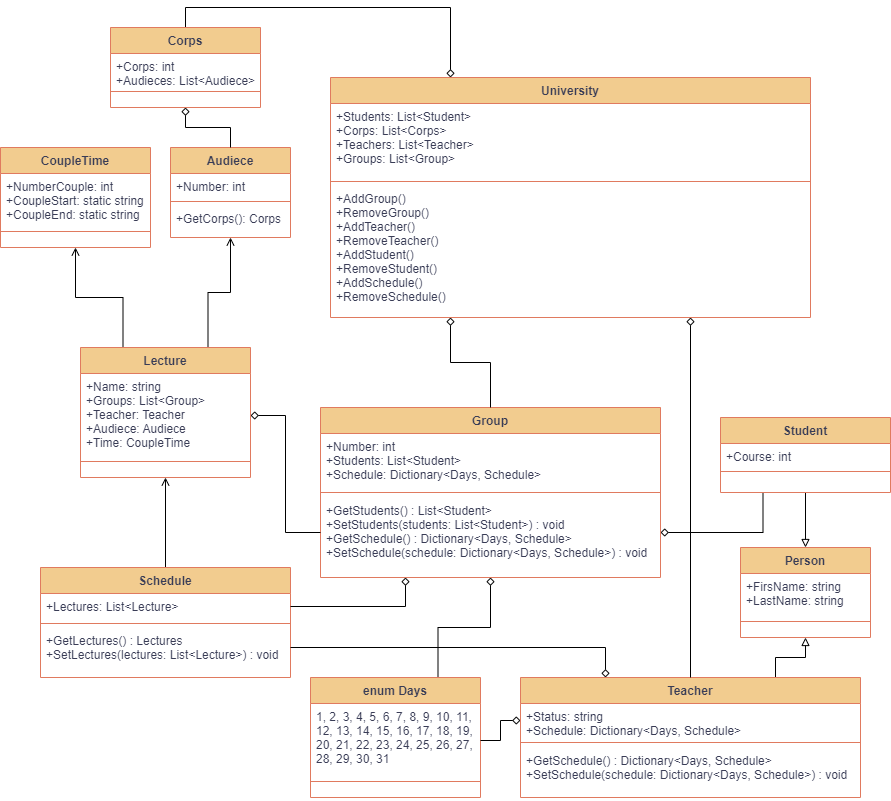
This is UML/University.png from NoaNine/Foxminded_Task7_2, a draw.io export, as it was before one commit. Source tidied: cells renumbered, new cells last; positions are measured from the earlier drawing's top-left corner, leaving out a move shared by most shapes.
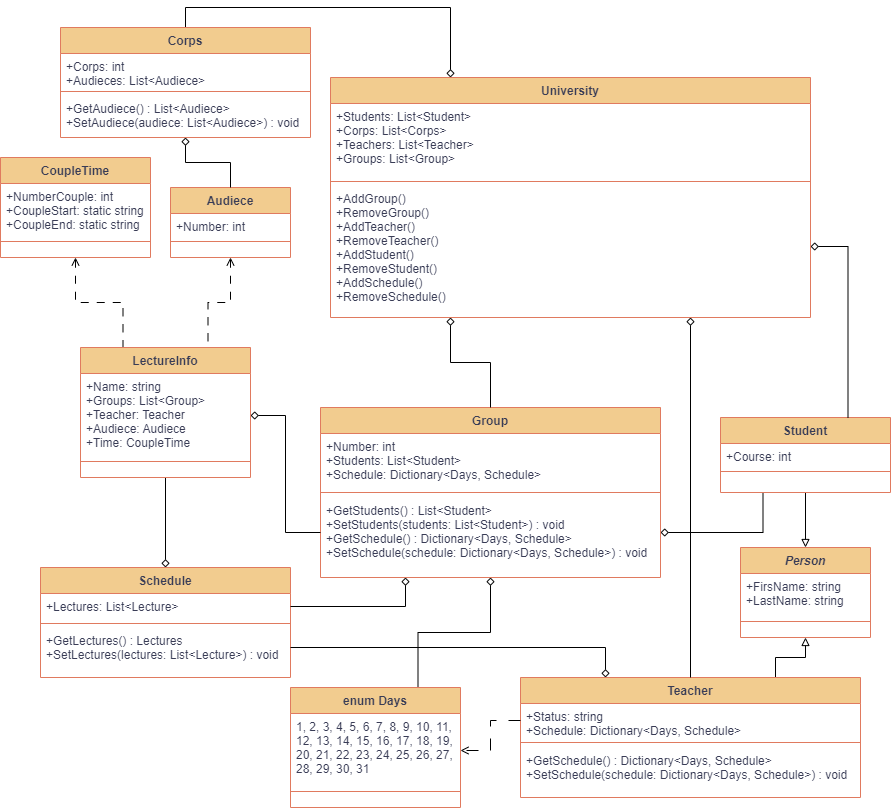
After the commit.

Diff of the diagram source:
```diff
@@ -2,7 +2,7 @@
   <root>
     <mxCell id="0" />
     <mxCell id="1" parent="0" />
-    <mxCell id="2" style="edgeStyle=orthogonalEdgeStyle;rounded=0;jettySize=auto;html=1;exitX=0.5;exitY=0;exitDx=0;exitDy=0;entryX=0.5;entryY=1;entryDx=0;entryDy=0;endArrow=open;endFill=0;" parent="1" edge="1" source="3" target="50">
+    <mxCell id="2" style="edgeStyle=orthogonalEdgeStyle;rounded=0;jettySize=auto;html=1;exitX=0.5;exitY=0;exitDx=0;exitDy=0;entryX=0.5;entryY=1;entryDx=0;entryDy=0;endArrow=none;endFill=0;startArrow=diamond;startFill=0;" parent="1" edge="1" source="3" target="50">
       <mxGeometry relative="1" as="geometry" />
     </mxCell>
     <mxCell id="3" value="Schedule" style="swimlane;fontStyle=1;align=center;verticalAlign=top;horizontal=1;startSize=26;rounded=0;shadow=0;strokeWidth=1;labelBackgroundColor=none;fillColor=#F2CC8F;strokeColor=#E07A5F;fontColor=#393C56;" parent="1" vertex="1">
@@ -17,7 +17,7 @@
     <mxCell id="6" value="+GetLectures() : Lectures&#10;+SetLectures(lectures: List&lt;Lecture&gt;) : void" style="text;align=left;verticalAlign=top;spacingLeft=4;spacingRight=4;overflow=hidden;points=[[0,0.5],[1,0.5]];portConstraint=eastwest;fontStyle=0;labelBackgroundColor=none;fontColor=#393C56;" parent="3" vertex="1">
       <mxGeometry y="60" width="250" height="40" as="geometry" />
     </mxCell>
-    <mxCell id="7" value="Person" style="swimlane;fontStyle=1;align=center;verticalAlign=top;horizontal=1;startSize=26;rounded=0;shadow=0;strokeWidth=1;labelBackgroundColor=none;fillColor=#F2CC8F;strokeColor=#E07A5F;fontColor=#393C56;" parent="1" vertex="1">
+    <mxCell id="7" value="Person" style="swimlane;fontStyle=3;align=center;verticalAlign=top;horizontal=1;startSize=26;rounded=0;shadow=0;strokeWidth=1;labelBackgroundColor=none;fillColor=#F2CC8F;strokeColor=#E07A5F;fontColor=#393C56;" parent="1" vertex="1">
       <mxGeometry x="740" y="520" width="130" height="90" as="geometry" />
     </mxCell>
     <mxCell id="8" value="+FirsName: string&#10;+LastName: string" style="text;align=left;verticalAlign=top;spacingLeft=4;spacingRight=4;overflow=hidden;labelBackgroundColor=none;fontColor=#393C56;" parent="7" vertex="1">
@@ -66,7 +66,7 @@
       <mxGeometry y="90" width="340" height="70" as="geometry" />
     </mxCell>
     <mxCell id="23" value="enum Days" style="swimlane;fontStyle=1;align=center;verticalAlign=top;horizontal=1;startSize=26;rounded=0;shadow=0;strokeWidth=1;labelBackgroundColor=none;fillColor=#F2CC8F;strokeColor=#E07A5F;fontColor=#393C56;" parent="1" vertex="1">
-      <mxGeometry x="310" y="650" width="170" height="120" as="geometry" />
+      <mxGeometry x="290" y="660" width="170" height="120" as="geometry" />
     </mxCell>
     <mxCell id="24" value="1, 2, 3, 4, 5, 6, 7, 8, 9, 10, 11, &#10;12, 13, 14, 15, 16, 17, 18, 19,&#10;20, 21, 22, 23, 24, 25, 26, 27,&#10;28, 29, 30, 31" style="text;align=left;verticalAlign=top;spacingLeft=4;spacingRight=4;overflow=hidden;points=[[0,0.5],[1,0.5]];portConstraint=eastwest;labelBackgroundColor=none;fontColor=#393C56;" parent="23" vertex="1">
       <mxGeometry y="26" width="170" height="74" as="geometry" />
@@ -77,11 +77,11 @@
     <mxCell id="26" value=" " style="text;align=left;verticalAlign=top;spacingLeft=4;spacingRight=4;overflow=hidden;fontStyle=0;labelBackgroundColor=none;fontColor=#393C56;" parent="23" vertex="1">
       <mxGeometry y="108" width="170" height="12" as="geometry" />
     </mxCell>
-    <mxCell id="27" style="edgeStyle=orthogonalEdgeStyle;rounded=0;jettySize=auto;html=1;exitX=0.5;exitY=1;exitDx=0;exitDy=0;entryX=0.75;entryY=0;entryDx=0;entryDy=0;startArrow=open;startFill=0;endArrow=none;endFill=0;" parent="1" edge="1" source="28" target="50">
+    <mxCell id="27" style="edgeStyle=orthogonalEdgeStyle;rounded=0;jettySize=auto;html=1;exitX=0.5;exitY=1;exitDx=0;exitDy=0;entryX=0.75;entryY=0;entryDx=0;entryDy=0;startArrow=open;startFill=0;endArrow=none;endFill=0;dashed=1;dashPattern=8 8;" parent="1" edge="1" source="28" target="50">
       <mxGeometry relative="1" as="geometry" />
     </mxCell>
     <mxCell id="28" value="Audiece" style="swimlane;fontStyle=1;align=center;verticalAlign=top;horizontal=1;startSize=26;rounded=0;shadow=0;strokeWidth=1;labelBackgroundColor=none;fillColor=#F2CC8F;strokeColor=#E07A5F;fontColor=#393C56;" parent="1" vertex="1">
-      <mxGeometry x="170" y="120" width="120" height="90" as="geometry" />
+      <mxGeometry x="170" y="160" width="120" height="70" as="geometry" />
     </mxCell>
     <mxCell id="29" value="+Number: int" style="text;align=left;verticalAlign=top;spacingLeft=4;spacingRight=4;overflow=hidden;labelBackgroundColor=none;fontColor=#393C56;" parent="28" vertex="1">
       <mxGeometry y="26" width="120" height="24" as="geometry" />
@@ -89,8 +89,8 @@
     <mxCell id="30" style="line;html=1;strokeWidth=1;align=left;verticalAlign=middle;spacingTop=-1;spacingLeft=3;spacingRight=3;labelPosition=right;labelBackgroundColor=none;fillColor=#F2CC8F;strokeColor=#E07A5F;fontColor=#393C56;" parent="28" vertex="1">
       <mxGeometry y="50" width="120" height="8" as="geometry" />
     </mxCell>
-    <mxCell id="31" value="+GetCorps(): Corps" style="text;align=left;verticalAlign=top;spacingLeft=4;spacingRight=4;overflow=hidden;labelBackgroundColor=none;fontColor=#393C56;" parent="28" vertex="1">
-      <mxGeometry y="58" width="120" height="22" as="geometry" />
+    <mxCell id="31" value=" " style="text;align=left;verticalAlign=top;spacingLeft=4;spacingRight=4;overflow=hidden;labelBackgroundColor=none;fontColor=#393C56;" parent="28" vertex="1">
+      <mxGeometry y="58" width="120" height="2" as="geometry" />
     </mxCell>
     <mxCell id="32" style="edgeStyle=orthogonalEdgeStyle;rounded=0;jettySize=auto;html=1;exitX=0.25;exitY=0;exitDx=0;exitDy=0;entryX=0.5;entryY=0;entryDx=0;entryDy=0;startArrow=diamond;startFill=0;endArrow=none;endFill=0;" parent="1" edge="1" source="35" target="55">
       <mxGeometry relative="1" as="geometry" />
@@ -113,11 +113,11 @@
     <mxCell id="38" value="+AddGroup()&#10;+RemoveGroup()&#10;+AddTeacher()&#10;+RemoveTeacher()&#10;+AddStudent()&#10;+RemoveStudent()&#10;+AddSchedule()&#10;+RemoveSchedule()" style="text;align=left;verticalAlign=top;spacingLeft=4;spacingRight=4;overflow=hidden;points=[[0,0.5],[1,0.5]];portConstraint=eastwest;labelBackgroundColor=none;fontColor=#393C56;" parent="35" vertex="1">
       <mxGeometry y="108" width="480" height="122" as="geometry" />
     </mxCell>
-    <mxCell id="39" style="edgeStyle=orthogonalEdgeStyle;rounded=0;jettySize=auto;html=1;exitX=0.5;exitY=1;exitDx=0;exitDy=0;entryX=0.25;entryY=0;entryDx=0;entryDy=0;startArrow=open;startFill=0;endArrow=none;endFill=0;" parent="1" edge="1" source="40" target="50">
+    <mxCell id="39" style="edgeStyle=orthogonalEdgeStyle;rounded=0;jettySize=auto;html=1;exitX=0.5;exitY=1;exitDx=0;exitDy=0;entryX=0.25;entryY=0;entryDx=0;entryDy=0;startArrow=open;startFill=0;endArrow=none;endFill=0;dashed=1;dashPattern=8 8;" parent="1" edge="1" source="40" target="50">
       <mxGeometry relative="1" as="geometry" />
     </mxCell>
     <mxCell id="40" value="CoupleTime" style="swimlane;fontStyle=1;align=center;verticalAlign=top;horizontal=1;startSize=26;rounded=0;shadow=0;strokeWidth=1;labelBackgroundColor=none;fillColor=#F2CC8F;strokeColor=#E07A5F;fontColor=#393C56;" parent="1" vertex="1">
-      <mxGeometry y="120" width="150" height="100" as="geometry" />
+      <mxGeometry y="130" width="150" height="100" as="geometry" />
     </mxCell>
     <mxCell id="41" value="+NumberCouple: int&#10;+CoupleStart: static string&#10;+CoupleEnd: static string" style="text;align=left;verticalAlign=top;spacingLeft=4;spacingRight=4;overflow=hidden;labelBackgroundColor=none;fontColor=#393C56;" parent="40" vertex="1">
       <mxGeometry y="26" width="150" height="54" as="geometry" />
@@ -146,7 +146,7 @@
     <mxCell id="49" value=" " style="text;align=left;verticalAlign=top;spacingLeft=4;spacingRight=4;overflow=hidden;labelBackgroundColor=none;fontColor=#393C56;" parent="46" vertex="1">
       <mxGeometry y="58" width="170" height="2" as="geometry" />
     </mxCell>
-    <mxCell id="50" value="Lecture" style="swimlane;fontStyle=1;align=center;verticalAlign=top;horizontal=1;startSize=26;rounded=0;shadow=0;strokeWidth=1;labelBackgroundColor=none;fillColor=#F2CC8F;strokeColor=#E07A5F;fontColor=#393C56;" parent="1" vertex="1">
+    <mxCell id="50" value="LectureInfo" style="swimlane;fontStyle=1;align=center;verticalAlign=top;horizontal=1;startSize=26;rounded=0;shadow=0;strokeWidth=1;labelBackgroundColor=none;fillColor=#F2CC8F;strokeColor=#E07A5F;fontColor=#393C56;" parent="1" vertex="1">
       <mxGeometry x="80" y="320" width="170" height="130" as="geometry" />
     </mxCell>
     <mxCell id="51" value="+Name: string&#10;+Groups: List&lt;Group&gt;&#10;+Teacher: Teacher&#10;+Audiece: Audiece&#10;+Time: CoupleTime" style="text;align=left;verticalAlign=top;spacingLeft=4;spacingRight=4;overflow=hidden;points=[[0,0.5],[1,0.5]];portConstraint=eastwest;labelBackgroundColor=none;fontColor=#393C56;fontStyle=0;" parent="50" vertex="1">
@@ -162,22 +162,25 @@
       <mxGeometry relative="1" as="geometry" />
     </mxCell>
     <mxCell id="55" value="Corps" style="swimlane;fontStyle=1;align=center;verticalAlign=top;horizontal=1;startSize=26;rounded=0;shadow=0;strokeWidth=1;labelBackgroundColor=none;fillColor=#F2CC8F;strokeColor=#E07A5F;fontColor=#393C56;" parent="1" vertex="1">
-      <mxGeometry x="110" width="150" height="80" as="geometry" />
+      <mxGeometry x="60" width="250" height="110" as="geometry" />
     </mxCell>
     <mxCell id="56" value="+Сorps: int&#10;+Audieces: List&lt;Audiece&gt;" style="text;align=left;verticalAlign=top;spacingLeft=4;spacingRight=4;overflow=hidden;labelBackgroundColor=none;fontColor=#393C56;" parent="55" vertex="1">
-      <mxGeometry y="26" width="150" height="34" as="geometry" />
+      <mxGeometry y="26" width="250" height="34" as="geometry" />
     </mxCell>
     <mxCell id="57" style="line;html=1;strokeWidth=1;align=left;verticalAlign=middle;spacingTop=-1;spacingLeft=3;spacingRight=3;labelPosition=right;labelBackgroundColor=none;fillColor=#F2CC8F;strokeColor=#E07A5F;fontColor=#393C56;" parent="55" vertex="1">
-      <mxGeometry y="60" width="150" height="8" as="geometry" />
+      <mxGeometry y="60" width="250" height="8" as="geometry" />
     </mxCell>
-    <mxCell id="58" value=" " style="text;align=left;verticalAlign=top;spacingLeft=4;spacingRight=4;overflow=hidden;labelBackgroundColor=none;fontColor=#393C56;" parent="55" vertex="1">
-      <mxGeometry y="68" width="150" height="2" as="geometry" />
+    <mxCell id="58" value="+GetAudiece() : List&lt;Audiece&gt;&#10;+SetAudiece(audiece: List&lt;Audiece&gt;) : void" style="text;align=left;verticalAlign=top;spacingLeft=4;spacingRight=4;overflow=hidden;labelBackgroundColor=none;fontColor=#393C56;" parent="55" vertex="1">
+      <mxGeometry y="68" width="250" height="30" as="geometry" />
     </mxCell>
-    <mxCell id="59" style="edgeStyle=orthogonalEdgeStyle;rounded=0;jettySize=auto;html=1;exitX=0;exitY=0.5;exitDx=0;exitDy=0;entryX=1;entryY=0.5;entryDx=0;entryDy=0;endArrow=none;endFill=0;startArrow=diamond;startFill=0;" parent="1" edge="1" source="14" target="24">
+    <mxCell id="59" style="edgeStyle=orthogonalEdgeStyle;rounded=0;jettySize=auto;html=1;exitX=0;exitY=0.5;exitDx=0;exitDy=0;entryX=1;entryY=0.5;entryDx=0;entryDy=0;endArrow=open;endFill=0;startArrow=none;startFill=0;dashed=1;dashPattern=12 12;" parent="1" edge="1" source="14" target="24">
       <mxGeometry relative="1" as="geometry" />
     </mxCell>
     <mxCell id="60" style="edgeStyle=orthogonalEdgeStyle;rounded=0;jettySize=auto;html=1;exitX=1;exitY=0.5;exitDx=0;exitDy=0;entryX=0;entryY=0.5;entryDx=0;entryDy=0;endArrow=none;endFill=0;startArrow=diamond;startFill=0;" parent="1" edge="1" source="51" target="22">
       <mxGeometry relative="1" as="geometry" />
     </mxCell>
+    <mxCell id="61" style="edgeStyle=orthogonalEdgeStyle;rounded=0;jettySize=auto;html=1;exitX=1;exitY=0.5;exitDx=0;exitDy=0;entryX=0.75;entryY=0;entryDx=0;entryDy=0;endArrow=none;endFill=0;startArrow=diamond;startFill=0;" parent="1" edge="1" source="38" target="46">
+      <mxGeometry relative="1" as="geometry" />
+    </mxCell>
   </root>
 </mxGraphModel>
```
